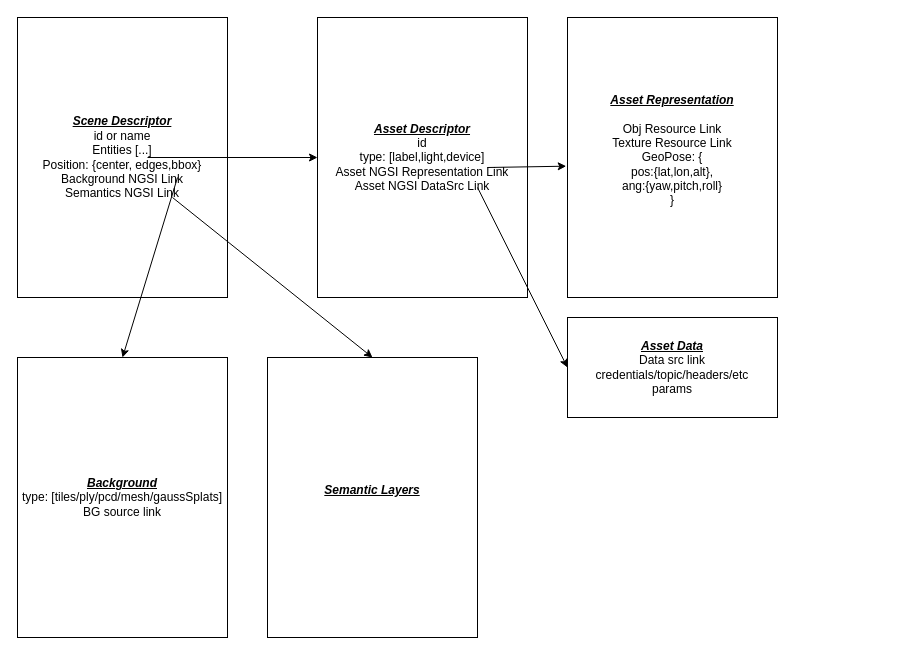
The draw.io diagram docs/scene_descr.drawio in Skorpinakos/NGSI-Scene-Description-Compliant-Viewer, before the edit. Source tidied: cells renumbered, new cells numbered last; positions are measured from the earlier drawing's top-left corner, leaving out a move shared by most shapes. Both pictures are drawn from the tidied source at 100%, with x=0, y=0 at pixel (17, 17).
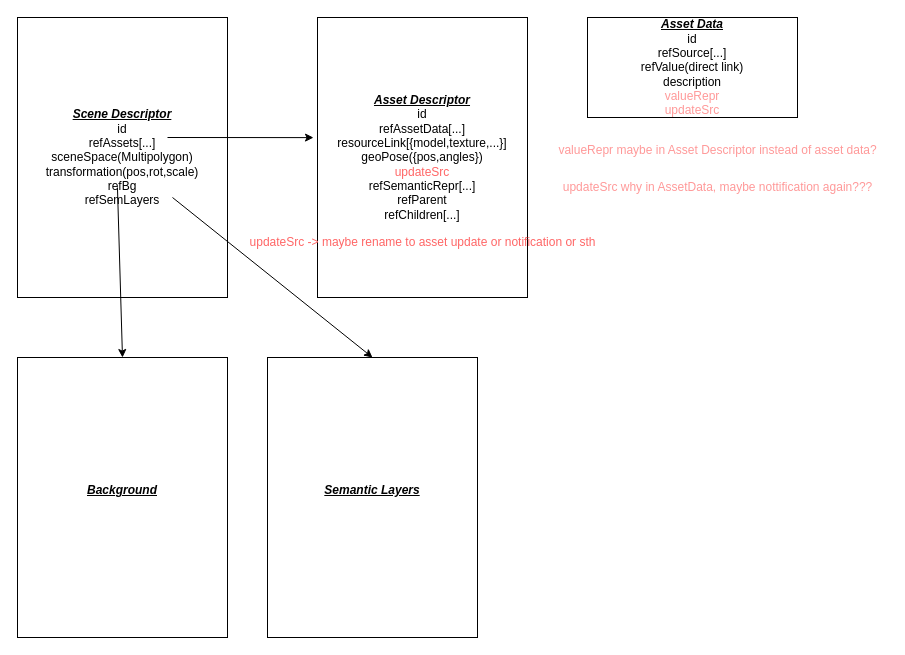
Above is the later version.

The edit, as a diff of the source:
```diff
@@
 <mxGraphModel>
   <root>
     <mxCell id="0" />
     <mxCell id="1" parent="0" />
-    <mxCell id="2" value="&lt;b&gt;&lt;i&gt;&lt;u&gt;Scene Descriptor&lt;/u&gt;&lt;/i&gt;&lt;/b&gt;&lt;div&gt;id or name&lt;/div&gt;&lt;div&gt;Entities [...]&lt;/div&gt;&lt;div&gt;Position: {center, edges,bbox}&lt;/div&gt;&lt;div&gt;Background NGSI Link&lt;/div&gt;&lt;div&gt;Semantics NGSI Link&lt;/div&gt;" style="rounded=0;whiteSpace=wrap;html=1;" parent="1" vertex="1">
+    <mxCell id="2" value="&lt;b&gt;&lt;i&gt;&lt;u&gt;Scene Descriptor&lt;/u&gt;&lt;/i&gt;&lt;/b&gt;&lt;div&gt;id&lt;/div&gt;&lt;div&gt;refAssets[...]&lt;/div&gt;&lt;div&gt;sceneSpace(Multipolygon)&lt;/div&gt;&lt;div&gt;&lt;span style=&quot;background-color: transparent;&quot;&gt;transformation(pos,rot,scale)&lt;/span&gt;&lt;/div&gt;&lt;div&gt;&lt;span style=&quot;background-color: transparent;&quot;&gt;refBg&lt;/span&gt;&lt;/div&gt;&lt;div&gt;&lt;span style=&quot;background-color: transparent;&quot;&gt;refSemLayers&lt;/span&gt;&lt;/div&gt;" style="rounded=0;whiteSpace=wrap;html=1;" parent="1" vertex="1">
       <mxGeometry width="210" height="280" as="geometry" />
     </mxCell>
-    <mxCell id="3" value="&lt;b&gt;&lt;i&gt;&lt;u&gt;Asset Descriptor&lt;/u&gt;&lt;/i&gt;&lt;/b&gt;&lt;div&gt;id&lt;/div&gt;&lt;div&gt;type: [label,light,device]&lt;/div&gt;&lt;div&gt;Asset NGSI Representation Link&lt;/div&gt;&lt;div&gt;Asset NGSI DataSrc Link&lt;/div&gt;" style="rounded=0;whiteSpace=wrap;html=1;" parent="1" vertex="1">
+    <mxCell id="3" value="&lt;b&gt;&lt;i&gt;&lt;u&gt;Asset Descriptor&lt;/u&gt;&lt;/i&gt;&lt;/b&gt;&lt;div&gt;id&lt;/div&gt;&lt;div&gt;refAssetData[...]&lt;/div&gt;&lt;div&gt;resourceLink[{model,texture,...}]&lt;/div&gt;&lt;div&gt;geoPose({pos,angles})&lt;/div&gt;&lt;div&gt;&lt;font style=&quot;color: rgb(255, 102, 102);&quot;&gt;updateSrc&lt;/font&gt;&lt;/div&gt;&lt;div&gt;&lt;font&gt;refSemanticRepr[...]&lt;/font&gt;&lt;/div&gt;&lt;div&gt;&lt;font&gt;refParent&lt;/font&gt;&lt;/div&gt;&lt;div&gt;&lt;font&gt;refChildren[...]&lt;/font&gt;&lt;/div&gt;" style="rounded=0;whiteSpace=wrap;html=1;" parent="1" vertex="1">
       <mxGeometry x="300" width="210" height="280" as="geometry" />
     </mxCell>
-    <mxCell id="4" value="&lt;b&gt;&lt;i&gt;&lt;u&gt;Asset Representation&lt;/u&gt;&lt;/i&gt;&lt;/b&gt;&lt;div&gt;&lt;br&gt;&lt;/div&gt;&lt;div&gt;Obj Resource Link&lt;/div&gt;&lt;div&gt;Texture Resource Link&lt;/div&gt;&lt;div&gt;GeoPose: {&lt;/div&gt;&lt;div&gt;pos:{lat,lon,alt},&lt;/div&gt;&lt;div&gt;ang:{yaw,pitch,roll}&lt;/div&gt;&lt;div&gt;}&lt;/div&gt;&lt;div&gt;&lt;br&gt;&lt;/div&gt;" style="rounded=0;whiteSpace=wrap;html=1;" parent="1" vertex="1">
-      <mxGeometry x="550" width="210" height="280" as="geometry" />
-    </mxCell>
-    <mxCell id="5" value="&lt;b&gt;&lt;i&gt;&lt;u&gt;Asset Data&lt;/u&gt;&lt;/i&gt;&lt;/b&gt;&lt;div&gt;Data src link&lt;/div&gt;&lt;div&gt;credentials/topic/headers/etc&lt;/div&gt;&lt;div&gt;params&lt;/div&gt;" style="rounded=0;whiteSpace=wrap;html=1;" parent="1" vertex="1">
-      <mxGeometry x="550" y="300" width="210" height="100" as="geometry" />
+    <mxCell id="5" value="&lt;b&gt;&lt;i&gt;&lt;u&gt;Asset Data&lt;/u&gt;&lt;/i&gt;&lt;/b&gt;&lt;div&gt;id&lt;/div&gt;&lt;div&gt;refSource[...]&lt;/div&gt;&lt;div&gt;refValue(direct link)&lt;/div&gt;&lt;div&gt;description&lt;/div&gt;&lt;div&gt;&lt;font style=&quot;color: rgb(255, 153, 153);&quot;&gt;valueRepr&lt;/font&gt;&lt;/div&gt;&lt;div&gt;&lt;font style=&quot;color: rgb(255, 153, 153);&quot;&gt;updateSrc&lt;/font&gt;&lt;/div&gt;" style="rounded=0;whiteSpace=wrap;html=1;" parent="1" vertex="1">
+      <mxGeometry x="570" width="210" height="100" as="geometry" />
     </mxCell>
-    <mxCell id="6" value="&lt;b&gt;&lt;i&gt;&lt;u&gt;Background&lt;/u&gt;&lt;/i&gt;&lt;/b&gt;&lt;div&gt;&lt;span style=&quot;background-color: transparent;&quot;&gt;t&lt;/span&gt;&lt;span style=&quot;background-color: transparent;&quot;&gt;ype: [tiles/ply/pcd/mesh/gaussSplats]&lt;/span&gt;&lt;div&gt;BG source link&lt;/div&gt;&lt;/div&gt;" style="rounded=0;whiteSpace=wrap;html=1;" parent="1" vertex="1">
+    <mxCell id="6" value="&lt;b&gt;&lt;i&gt;&lt;u&gt;Background&lt;/u&gt;&lt;/i&gt;&lt;/b&gt;&lt;div&gt;&lt;br&gt;&lt;/div&gt;" style="rounded=0;whiteSpace=wrap;html=1;" parent="1" vertex="1">
       <mxGeometry y="340" width="210" height="280" as="geometry" />
     </mxCell>
     <mxCell id="7" value="&lt;b&gt;&lt;i&gt;&lt;u&gt;Semantic Layers&lt;/u&gt;&lt;/i&gt;&lt;/b&gt;&lt;div&gt;&lt;br&gt;&lt;/div&gt;" style="rounded=0;whiteSpace=wrap;html=1;" parent="1" vertex="1">
       <mxGeometry x="250" y="340" width="210" height="280" as="geometry" />
     </mxCell>
-    <mxCell id="8" style="endArrow=classic;html=1;" parent="1" edge="1" target="3">
+    <mxCell id="8" style="endArrow=classic;html=1;entryX=-0.019;entryY=0.429;entryDx=0;entryDy=0;entryPerimeter=0;" parent="1" edge="1" target="3">
       <mxGeometry relative="1" as="geometry">
-        <mxPoint x="130" y="140" as="sourcePoint" />
+        <mxPoint x="150" y="120" as="sourcePoint" />
       </mxGeometry>
     </mxCell>
-    <mxCell id="9" style="endArrow=classic;html=1;entryX=-0.006;entryY=0.531;entryDx=0;entryDy=0;entryPerimeter=0;" parent="1" edge="1" target="4">
-      <mxGeometry relative="1" as="geometry">
-        <mxPoint x="470" y="150" as="sourcePoint" />
-      </mxGeometry>
-    </mxCell>
-    <mxCell id="10" style="endArrow=classic;html=1;entryX=0;entryY=0.5;entryDx=0;entryDy=0;exitX=0.762;exitY=0.607;exitDx=0;exitDy=0;exitPerimeter=0;" parent="1" edge="1" source="3" target="5">
-      <mxGeometry relative="1" as="geometry" />
-    </mxCell>
-    <mxCell id="11" style="endArrow=classic;html=1;entryX=0.5;entryY=0;entryDx=0;entryDy=0;" parent="1" edge="1" target="6">
-      <mxGeometry relative="1" as="geometry">
-        <mxPoint x="160" y="160" as="sourcePoint" />
-      </mxGeometry>
+    <mxCell id="11" style="endArrow=classic;html=1;entryX=0.5;entryY=0;entryDx=0;entryDy=0;exitX=0.476;exitY=0.607;exitDx=0;exitDy=0;exitPerimeter=0;" parent="1" edge="1" source="2" target="6">
+      <mxGeometry relative="1" as="geometry" />
     </mxCell>
     <mxCell id="12" style="endArrow=classic;html=1;entryX=0.5;entryY=0;entryDx=0;entryDy=0;" parent="1" edge="1" target="7">
       <mxGeometry relative="1" as="geometry">
         <mxPoint x="155" y="180" as="sourcePoint" />
       </mxGeometry>
     </mxCell>
+    <mxCell id="13" value="&lt;font style=&quot;color: rgb(255, 102, 102);&quot;&gt;updateSrc -&amp;gt; maybe rename to asset update or notification or sth&lt;/font&gt;" style="text;html=1;align=center;verticalAlign=middle;strokeColor=none;fillColor=none;" parent="1" vertex="1">
+      <mxGeometry x="220" y="210" width="370" height="30" as="geometry" />
+    </mxCell>
+    <mxCell id="14" value="&lt;font style=&quot;color: rgb(255, 153, 153);&quot;&gt;valueRepr maybe in Asset Descriptor instead of asset data?&lt;/font&gt;&lt;div&gt;&lt;br&gt;&lt;/div&gt;" style="text;html=1;align=center;verticalAlign=middle;strokeColor=none;fillColor=none;" parent="1" vertex="1">
+      <mxGeometry x="530" y="120" width="340" height="40" as="geometry" />
+    </mxCell>
+    <mxCell id="15" value="&lt;div&gt;&lt;font color=&quot;#ff9999&quot;&gt;updateSrc why in AssetData, maybe nottification again???&lt;/font&gt;&lt;/div&gt;" style="text;html=1;align=center;verticalAlign=middle;strokeColor=none;fillColor=none;" parent="1" vertex="1">
+      <mxGeometry x="535" y="155" width="330" height="30" as="geometry" />
+    </mxCell>
   </root>
 </mxGraphModel>
```
